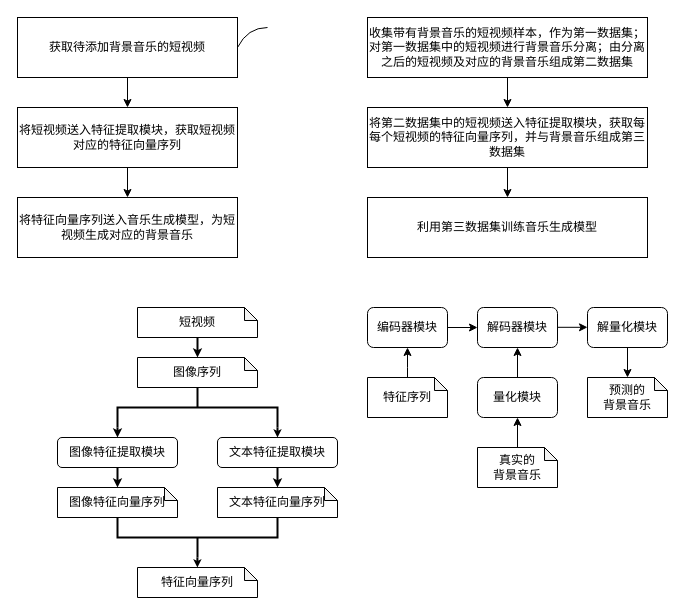
This is 未命名绘图.drawio from Nian-Chen/drawio, a draw.io file, before an edit. Source tidied: cells renumbered, new cells numbered last; positions are measured from the earlier drawing's top-left corner, leaving out a move shared by most shapes. Both pictures are drawn from the tidied source at 100%, with x=0, y=0 at pixel (17, 17).
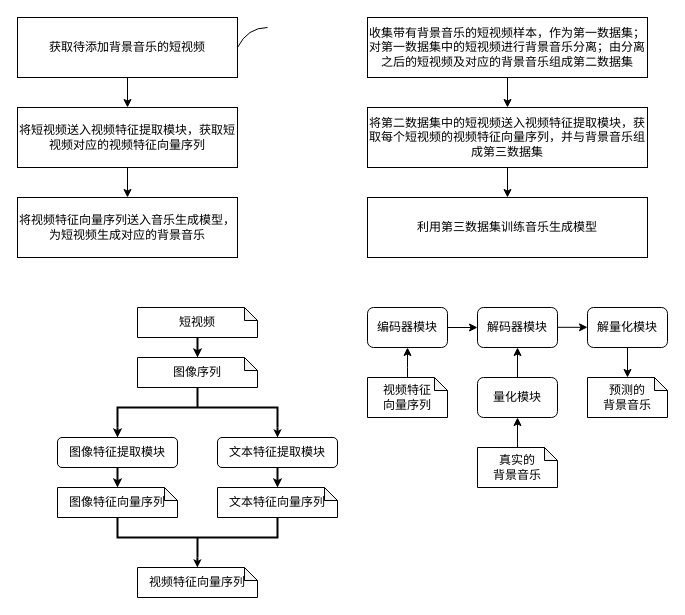
The same page after the edit.

Commit message:
更新未命名绘图.drawio

Diff of the diagram source:
```diff
@@
-    <mxCell id="5" value="将短视频送入特征提取模块，获取短视频对应的特征向量序列" style="rounded=0;whiteSpace=wrap;html=1;" parent="1" vertex="1">
+    <mxCell id="5" value="将短视频送入视频特征提取模块，获取短视频对应的视频特征向量序列" style="rounded=0;whiteSpace=wrap;html=1;" parent="1" vertex="1">
       <mxGeometry y="90" width="220" height="60" as="geometry" />
     </mxCell>
-    <mxCell id="6" value="将特征向量序列送入音乐生成模型，为短视频生成对应的背景音乐" style="rounded=0;whiteSpace=wrap;html=1;" parent="1" vertex="1">
+    <mxCell id="6" value="将视频特征向量序列送入音乐生成模型，为短视频生成对应的背景音乐" style="rounded=0;whiteSpace=wrap;html=1;" parent="1" vertex="1">
       <mxGeometry y="180" width="220" height="60" as="geometry" />
     </mxCell>
@@
-    <mxCell id="10" value="将第二数据集中的短视频送入特征提取模块，获取每每个短视频的特征向量序列，并与背景音乐组成第三数据集" style="rounded=0;whiteSpace=wrap;html=1;" parent="1" vertex="1">
+    <mxCell id="10" value="将第二数据集中的短视频送入视频特征提取模块，获取每个短视频的视频特征向量序列，并与背景音乐组成第三数据集" style="rounded=0;whiteSpace=wrap;html=1;" parent="1" vertex="1">
       <mxGeometry x="350" y="90" width="280" height="60" as="geometry" />
     </mxCell>
@@
-    <mxCell id="25" value="特征序列" style="shape=note;whiteSpace=wrap;html=1;backgroundOutline=1;darkOpacity=0.05;size=13;" parent="1" vertex="1">
+    <mxCell id="25" value="视频特征&lt;br&gt;向量序列" style="shape=note;whiteSpace=wrap;html=1;backgroundOutline=1;darkOpacity=0.05;size=13;" parent="1" vertex="1">
       <mxGeometry x="350" y="360" width="80" height="40" as="geometry" />
     </mxCell>
@@
-    <mxCell id="39" value="特征向量序列" style="shape=note;whiteSpace=wrap;html=1;backgroundOutline=1;darkOpacity=0.05;size=13;" parent="1" vertex="1">
+    <mxCell id="39" value="视频特征向量序列" style="shape=note;whiteSpace=wrap;html=1;backgroundOutline=1;darkOpacity=0.05;size=13;" parent="1" vertex="1">
       <mxGeometry x="120" y="550" width="120" height="30" as="geometry" />
     </mxCell>
```
